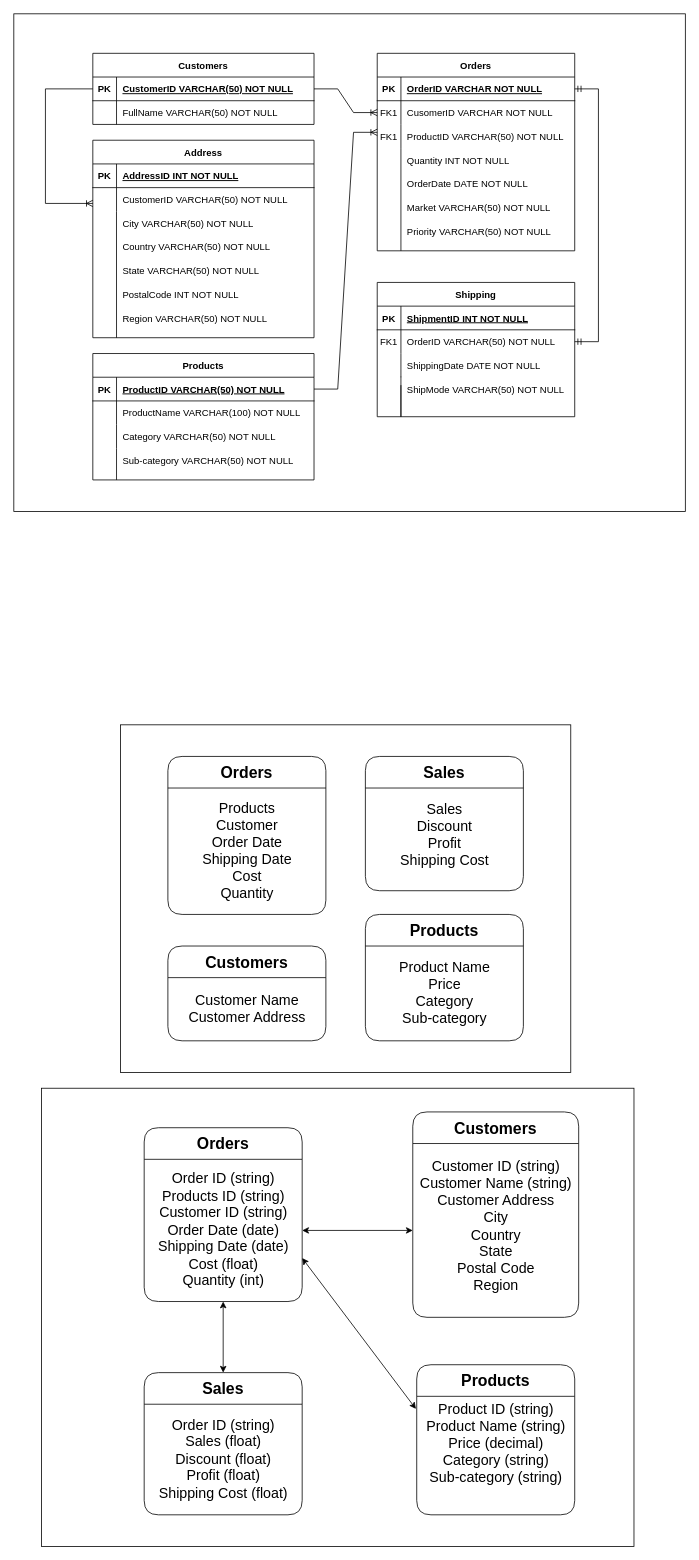
mennamamdouh/Global-Super-Store-Database keeps this draw.io diagram as Global Super Store Database Models.drawio. Above is the earlier version. Source tidied: cells renumbered, new cells numbered last; positions are measured from the earlier drawing's top-left corner, leaving out a move shared by most shapes. Both pictures are drawn from the tidied source at 79%, with x=0, y=0 at pixel (13, 13).
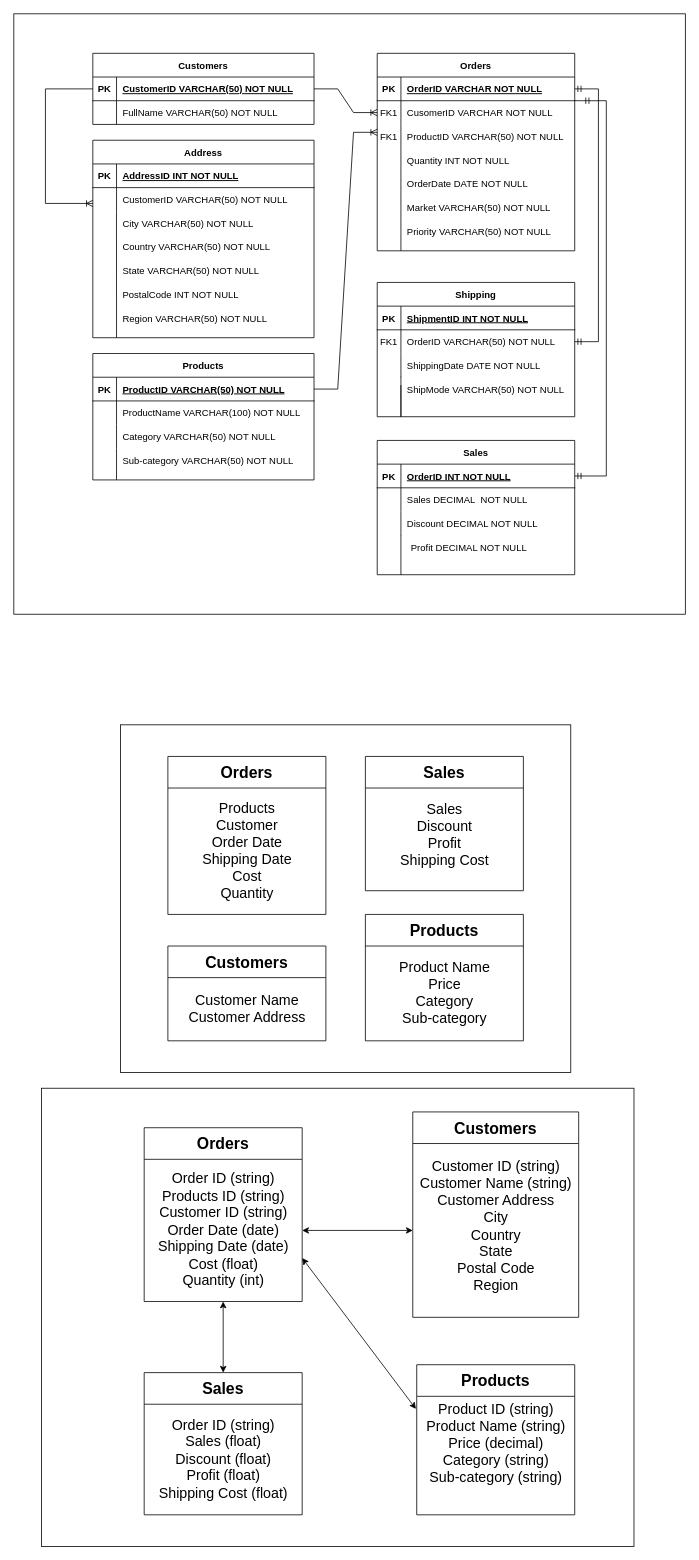
After the change.

Commit message (it also covers changes not shown here):
deleted the redundant drawing file of the database models

The change refers to these unchanged cells:
```xml
<mxCell id="8" style="shape=partialRectangle;fillColor=none;points=[[0,0.5],[1,0.5]];portConstraint=eastwest;top=0;left=0;right=0;bottom=0;" parent="4" vertex="1">
  <mxGeometry y="60" width="250" height="30" as="geometry" />
</mxCell>
```

Change to the diagram source:
```diff
@@
     <mxCell id="2" style="rounded=0;whiteSpace=wrap;html=1;" parent="1" vertex="1">
-      <mxGeometry width="850" height="630" as="geometry" />
+      <mxGeometry width="850" height="760" as="geometry" />
     </mxCell>
@@
-    <mxCell id="31" value="&lt;div style=&quot;font-size: 20px;&quot;&gt;Orders&lt;/div&gt;" style="swimlane;whiteSpace=wrap;html=1;startSize=40;fillStyle=auto;fillColor=default;rounded=1;" parent="1" vertex="1">
+    <mxCell id="31" value="&lt;div style=&quot;font-size: 20px;&quot;&gt;Orders&lt;/div&gt;" style="swimlane;whiteSpace=wrap;html=1;startSize=40;fillStyle=auto;fillColor=default;rounded=0;" parent="1" vertex="1">
       <mxGeometry x="195" y="940" width="200" height="200" as="geometry" />
     </mxCell>
@@
-    <mxCell id="33" value="&lt;font style=&quot;font-size: 20px;&quot;&gt;Customers&lt;/font&gt;" style="swimlane;whiteSpace=wrap;html=1;startSize=40;rounded=1;" parent="1" vertex="1">
+    <mxCell id="33" value="&lt;font style=&quot;font-size: 20px;&quot;&gt;Customers&lt;/font&gt;" style="swimlane;whiteSpace=wrap;html=1;startSize=40;rounded=0;" parent="1" vertex="1">
       <mxGeometry x="195" y="1180" width="200" height="120" as="geometry" />
     </mxCell>
@@
-    <mxCell id="35" value="&lt;font style=&quot;font-size: 20px;&quot;&gt;Products&lt;/font&gt;" style="swimlane;whiteSpace=wrap;html=1;startSize=40;rounded=1;" parent="1" vertex="1">
+    <mxCell id="35" value="&lt;font style=&quot;font-size: 20px;&quot;&gt;Products&lt;/font&gt;" style="swimlane;whiteSpace=wrap;html=1;startSize=40;rounded=0;" parent="1" vertex="1">
       <mxGeometry x="445" y="1140" width="200" height="160" as="geometry" />
     </mxCell>
@@
-    <mxCell id="37" value="&lt;font style=&quot;font-size: 20px;&quot;&gt;Sales&lt;/font&gt;" style="swimlane;whiteSpace=wrap;html=1;startSize=40;rounded=1;" parent="1" vertex="1">
+    <mxCell id="37" value="&lt;font style=&quot;font-size: 20px;&quot;&gt;Sales&lt;/font&gt;" style="swimlane;whiteSpace=wrap;html=1;startSize=40;rounded=0;" parent="1" vertex="1">
       <mxGeometry x="445" y="940" width="200" height="170" as="geometry" />
     </mxCell>
@@
-    <mxCell id="40" value="&lt;div style=&quot;font-size: 20px;&quot;&gt;Orders&lt;/div&gt;" style="swimlane;whiteSpace=wrap;html=1;startSize=40;fillStyle=auto;fillColor=default;rounded=1;" parent="1" vertex="1">
+    <mxCell id="40" value="&lt;div style=&quot;font-size: 20px;&quot;&gt;Orders&lt;/div&gt;" style="swimlane;whiteSpace=wrap;html=1;startSize=40;fillStyle=auto;fillColor=default;rounded=0;" parent="1" vertex="1">
       <mxGeometry x="165" y="1410" width="200" height="220" as="geometry" />
     </mxCell>
@@
-    <mxCell id="42" value="&lt;font style=&quot;font-size: 20px;&quot;&gt;Customers&lt;/font&gt;" style="swimlane;whiteSpace=wrap;html=1;startSize=40;rounded=1;" parent="1" vertex="1">
+    <mxCell id="42" value="&lt;font style=&quot;font-size: 20px;&quot;&gt;Customers&lt;/font&gt;" style="swimlane;whiteSpace=wrap;html=1;startSize=40;rounded=0;" parent="1" vertex="1">
       <mxGeometry x="505" y="1390" width="210" height="260" as="geometry" />
     </mxCell>
@@
-    <mxCell id="44" value="&lt;font style=&quot;font-size: 20px;&quot;&gt;Products&lt;/font&gt;" style="swimlane;whiteSpace=wrap;html=1;startSize=40;rounded=1;" parent="1" vertex="1">
+    <mxCell id="44" value="&lt;font style=&quot;font-size: 20px;&quot;&gt;Products&lt;/font&gt;" style="swimlane;whiteSpace=wrap;html=1;startSize=40;rounded=0;" parent="1" vertex="1">
       <mxGeometry x="510" y="1710" width="200" height="190" as="geometry" />
     </mxCell>
@@
-    <mxCell id="46" value="&lt;font style=&quot;font-size: 20px;&quot;&gt;Sales&lt;/font&gt;" style="swimlane;whiteSpace=wrap;html=1;startSize=40;rounded=1;" parent="1" vertex="1">
+    <mxCell id="46" value="&lt;font style=&quot;font-size: 20px;&quot;&gt;Sales&lt;/font&gt;" style="swimlane;whiteSpace=wrap;html=1;startSize=40;rounded=0;" parent="1" vertex="1">
       <mxGeometry x="165" y="1720" width="200" height="180" as="geometry" />
     </mxCell>
@@
+    <mxCell id="88" value="Sales" style="shape=table;startSize=30;childLayout=tableLayout;rowLines=0;fontStyle=1;align=center;" parent="1" vertex="1">
+      <mxGeometry x="460" y="540" width="250" height="170" as="geometry" />
+    </mxCell>
+    <mxCell id="89" style="shape=partialRectangle;fillColor=none;points=[[0,0.5],[1,0.5]];portConstraint=eastwest;top=0;left=0;right=0;bottom=1;" parent="88" vertex="1">
+      <mxGeometry y="30" width="250" height="30" as="geometry" />
+    </mxCell>
+    <mxCell id="90" value="PK" style="shape=partialRectangle;overflow=hidden;fillColor=none;top=0;left=0;bottom=0;right=0;fontStyle=1;" parent="89" vertex="1">
+      <mxGeometry width="30" height="30" as="geometry" />
+    </mxCell>
+    <mxCell id="91" value="OrderID INT NOT NULL " style="shape=partialRectangle;overflow=hidden;fillColor=none;top=0;left=0;bottom=0;right=0;align=left;spacingLeft=6;fontStyle=5;" parent="89" vertex="1">
+      <mxGeometry x="30" width="220" height="30" as="geometry" />
+    </mxCell>
+    <mxCell id="92" style="shape=partialRectangle;fillColor=none;top=0;left=0;right=0;bottom=0;" parent="88" vertex="1">
+      <mxGeometry y="60" width="250" height="30" as="geometry" />
+    </mxCell>
+    <mxCell id="93" style="shape=partialRectangle;overflow=hidden;fillColor=none;top=0;left=0;bottom=0;right=0;" parent="92" vertex="1">
+      <mxGeometry width="30" height="30" as="geometry" />
+    </mxCell>
+    <mxCell id="94" value="Sales DECIMAL  NOT NULL" style="shape=partialRectangle;overflow=hidden;fillColor=none;top=0;left=0;bottom=0;right=0;align=left;spacingLeft=6;" parent="92" vertex="1">
+      <mxGeometry x="30" width="220" height="30" as="geometry" />
+    </mxCell>
+    <mxCell id="95" style="shape=partialRectangle;fillColor=none;points=[[0,0.5],[1,0.5]];portConstraint=eastwest;top=0;left=0;right=0;bottom=0;" parent="88" vertex="1">
+      <mxGeometry y="90" width="250" height="30" as="geometry" />
+    </mxCell>
+    <mxCell id="96" style="shape=partialRectangle;overflow=hidden;fillColor=none;top=0;left=0;bottom=0;right=0;" parent="95" vertex="1">
+      <mxGeometry width="30" height="30" as="geometry" />
+    </mxCell>
+    <mxCell id="97" value="Discount DECIMAL NOT NULL" style="shape=partialRectangle;overflow=hidden;fillColor=none;top=0;left=0;bottom=0;right=0;align=left;spacingLeft=6;" parent="95" vertex="1">
+      <mxGeometry x="30" width="220" height="30" as="geometry" />
+    </mxCell>
+    <mxCell id="98" value="Profit DECIMAL NOT NULL" style="shape=partialRectangle;overflow=hidden;fillColor=none;top=0;left=0;bottom=0;right=0;align=left;spacingLeft=6;" parent="1" vertex="1">
+      <mxGeometry x="495" y="660" width="220" height="30" as="geometry" />
+    </mxCell>
+    <mxCell id="99" style="endArrow=none;html=1;rounded=0;entryX=0.12;entryY=0.99;entryDx=0;entryDy=0;entryPerimeter=0;" parent="1" edge="1" target="95">
+      <mxGeometry relative="1" as="geometry">
+        <mxPoint x="490" y="710" as="sourcePoint" />
+      </mxGeometry>
+    </mxCell>
+    <mxCell id="100" style="edgeStyle=entityRelationEdgeStyle;fontSize=12;html=1;endArrow=ERmandOne;startArrow=ERmandOne;rounded=0;entryX=1;entryY=0.5;entryDx=0;entryDy=0;" parent="1" edge="1" target="89">
+      <mxGeometry relative="1" as="geometry">
+        <mxPoint x="720" y="110" as="sourcePoint" />
+      </mxGeometry>
+    </mxCell>
+    <mxCell id="101" style="endArrow=none;html=1;rounded=0;entryX=0.999;entryY=-0.002;entryDx=0;entryDy=0;entryPerimeter=0;" parent="1" edge="1" target="8">
+      <mxGeometry relative="1" as="geometry">
+        <mxPoint x="720" y="110" as="sourcePoint" />
+      </mxGeometry>
+    </mxCell>
```
